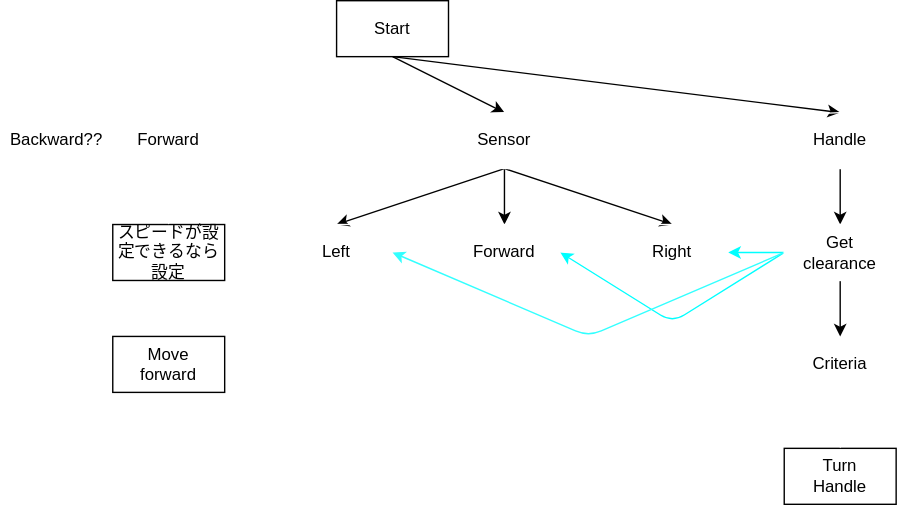
Earlier version of the draw.io export toyota.drawio.svg (jizots/AI_minicar). Source tidied: cells renumbered, new cells last; positions are measured from the earlier drawing's top-left corner, leaving out a move shared by most shapes.
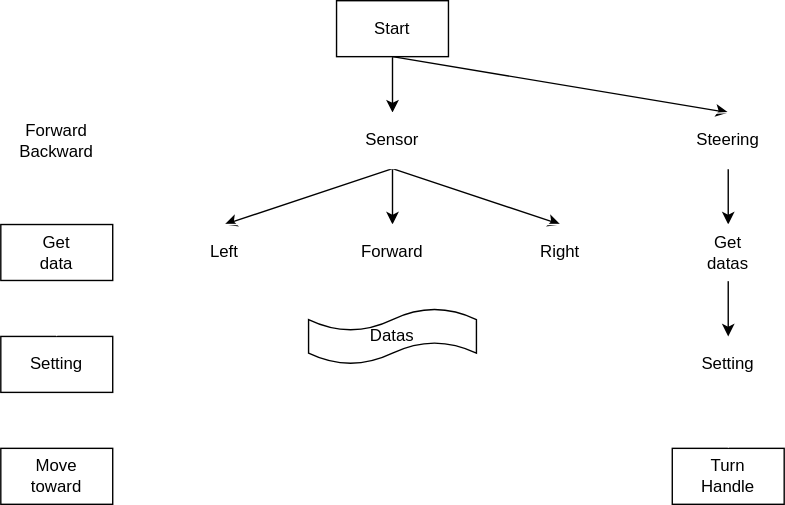
After the commit.

What changed in the source:
```diff
@@ -14,8 +14,8 @@
     <mxCell id="5" style="edgeStyle=none;html=1;exitX=0.5;exitY=1;exitDx=0;exitDy=0;entryX=0.5;entryY=0;entryDx=0;entryDy=0;strokeColor=#FFFFFF;" parent="1" edge="1" source="6" target="22">
       <mxGeometry relative="1" as="geometry" />
     </mxCell>
-    <mxCell id="6" value="スピードが設定できるなら設定" style="whiteSpace=wrap;html=1;" parent="1" vertex="1">
-      <mxGeometry x="80" y="160" width="80" height="40" as="geometry" />
+    <mxCell id="6" value="Setting" style="whiteSpace=wrap;html=1;" parent="1" vertex="1">
+      <mxGeometry x="80" y="240" width="80" height="40" as="geometry" />
     </mxCell>
     <mxCell id="7" style="edgeStyle=none;html=1;exitX=0.5;exitY=1;exitDx=0;exitDy=0;entryX=0.5;entryY=0;entryDx=0;entryDy=0;" parent="1" edge="1" source="11" target="18">
       <mxGeometry relative="1" as="geometry" />
@@ -23,14 +23,11 @@
     <mxCell id="8" style="edgeStyle=none;html=1;exitX=0.5;exitY=1;exitDx=0;exitDy=0;entryX=0.5;entryY=0;entryDx=0;entryDy=0;strokeColor=#FFFFFF;" parent="1" edge="1" source="11" target="20">
       <mxGeometry relative="1" as="geometry" />
     </mxCell>
-    <mxCell id="9" style="edgeStyle=none;html=1;entryX=0.5;entryY=0;entryDx=0;entryDy=0;strokeColor=#FFFFFF;exitX=0.5;exitY=1;exitDx=0;exitDy=0;" parent="1" edge="1" source="11" target="21">
-      <mxGeometry relative="1" as="geometry" />
-    </mxCell>
     <mxCell id="10" style="edgeStyle=none;html=1;exitX=0.5;exitY=1;exitDx=0;exitDy=0;entryX=0.5;entryY=0;entryDx=0;entryDy=0;" parent="1" edge="1" source="11" target="24">
       <mxGeometry relative="1" as="geometry" />
     </mxCell>
     <mxCell id="11" value="Start" style="whiteSpace=wrap;html=1;" parent="1" vertex="1">
-      <mxGeometry x="240" width="80" height="40" as="geometry" />
+      <mxGeometry x="320" width="80" height="40" as="geometry" />
     </mxCell>
     <mxCell id="12" value="Right" style="whiteSpace=wrap;html=1;strokeColor=#FFFFFF;fillColor=none;" parent="1" vertex="1">
       <mxGeometry x="440" y="160" width="80" height="40" as="geometry" />
@@ -47,52 +44,41 @@
     <mxCell id="16" style="edgeStyle=none;html=1;exitX=0.5;exitY=1;exitDx=0;exitDy=0;entryX=0.5;entryY=0;entryDx=0;entryDy=0;strokeColor=#FFFFFF;" parent="1" edge="1" source="17" target="15">
       <mxGeometry relative="1" as="geometry" />
     </mxCell>
-    <mxCell id="17" value="Criteria" style="whiteSpace=wrap;html=1;strokeColor=#FFFFFF;fillColor=none;" parent="1" vertex="1">
+    <mxCell id="17" value="Setting" style="whiteSpace=wrap;html=1;strokeColor=#FFFFFF;fillColor=none;" parent="1" vertex="1">
       <mxGeometry x="560" y="240" width="80" height="40" as="geometry" />
     </mxCell>
     <mxCell id="18" value="Sensor" style="ellipse;whiteSpace=wrap;html=1;strokeColor=#FFFFFF;fillColor=none;" parent="1" vertex="1">
       <mxGeometry x="320" y="80" width="80" height="40" as="geometry" />
     </mxCell>
-    <mxCell id="19" style="edgeStyle=none;html=1;exitX=0.5;exitY=1;exitDx=0;exitDy=0;entryX=0.5;entryY=0;entryDx=0;entryDy=0;strokeColor=#FFFFFF;" parent="1" edge="1" source="20" target="6">
+    <mxCell id="19" style="edgeStyle=none;html=1;exitX=0.5;exitY=1;exitDx=0;exitDy=0;entryX=0.5;entryY=0;entryDx=0;entryDy=0;strokeColor=#FFFFFF;" parent="1" edge="1" source="20" target="31">
       <mxGeometry relative="1" as="geometry" />
     </mxCell>
-    <mxCell id="20" value="Forward" style="ellipse;whiteSpace=wrap;html=1;strokeColor=#FFFFFF;fillColor=none;" parent="1" vertex="1">
+    <mxCell id="20" value="Forward&lt;br&gt;Backward" style="ellipse;whiteSpace=wrap;html=1;strokeColor=#FFFFFF;fillColor=none;" parent="1" vertex="1">
       <mxGeometry x="80" y="80" width="80" height="40" as="geometry" />
     </mxCell>
-    <mxCell id="21" value="Backward??" style="ellipse;whiteSpace=wrap;html=1;strokeColor=#FFFFFF;fillColor=none;" parent="1" vertex="1">
-      <mxGeometry y="80" width="80" height="40" as="geometry" />
-    </mxCell>
-    <mxCell id="22" value="Move&lt;br&gt;forward" style="whiteSpace=wrap;html=1;" parent="1" vertex="1">
-      <mxGeometry x="80" y="240" width="80" height="40" as="geometry" />
+    <mxCell id="22" value="Move&lt;br&gt;toward" style="whiteSpace=wrap;html=1;" parent="1" vertex="1">
+      <mxGeometry x="80" y="320" width="80" height="40" as="geometry" />
     </mxCell>
     <mxCell id="23" style="edgeStyle=none;html=1;exitX=0.5;exitY=1;exitDx=0;exitDy=0;entryX=0.5;entryY=0;entryDx=0;entryDy=0;" parent="1" edge="1" source="24" target="29">
       <mxGeometry relative="1" as="geometry" />
     </mxCell>
-    <mxCell id="24" value="Handle" style="ellipse;whiteSpace=wrap;html=1;strokeColor=#FFFFFF;fillColor=none;" parent="1" vertex="1">
+    <mxCell id="24" value="Steering" style="ellipse;whiteSpace=wrap;html=1;strokeColor=#FFFFFF;fillColor=none;" parent="1" vertex="1">
       <mxGeometry x="560" y="80" width="80" height="40" as="geometry" />
     </mxCell>
     <mxCell id="25" style="edgeStyle=none;html=1;exitX=0.5;exitY=1;exitDx=0;exitDy=0;entryX=0.5;entryY=0;entryDx=0;entryDy=0;" parent="1" edge="1" source="29" target="17">
       <mxGeometry relative="1" as="geometry" />
     </mxCell>
-    <mxCell id="26" style="edgeStyle=none;html=1;exitX=0;exitY=0.5;exitDx=0;exitDy=0;entryX=1;entryY=0.5;entryDx=0;entryDy=0;strokeColor=#00FFFF;" parent="1" edge="1" source="29" target="12">
-      <mxGeometry relative="1" as="geometry" />
-    </mxCell>
-    <mxCell id="27" style="edgeStyle=none;html=1;exitX=0;exitY=0.5;exitDx=0;exitDy=0;entryX=1;entryY=0.5;entryDx=0;entryDy=0;strokeColor=#00FFFF;" parent="1" edge="1" source="29" target="13">
-      <mxGeometry relative="1" as="geometry">
-        <Array as="points">
-          <mxPoint x="480" y="230" />
-        </Array>
-      </mxGeometry>
-    </mxCell>
-    <mxCell id="28" style="edgeStyle=none;html=1;exitX=0;exitY=0.5;exitDx=0;exitDy=0;entryX=1;entryY=0.5;entryDx=0;entryDy=0;strokeColor=#33FFFF;" parent="1" edge="1" source="29" target="14">
-      <mxGeometry relative="1" as="geometry">
-        <Array as="points">
-          <mxPoint x="420" y="240" />
-        </Array>
-      </mxGeometry>
-    </mxCell>
-    <mxCell id="29" value="Get&lt;br&gt;clearance" style="whiteSpace=wrap;html=1;strokeColor=#FFFFFF;fillColor=none;" parent="1" vertex="1">
+    <mxCell id="29" value="Get&lt;br&gt;datas" style="whiteSpace=wrap;html=1;strokeColor=#FFFFFF;fillColor=none;" parent="1" vertex="1">
       <mxGeometry x="560" y="160" width="80" height="40" as="geometry" />
     </mxCell>
+    <mxCell id="30" style="edgeStyle=none;html=1;exitX=0.5;exitY=1;exitDx=0;exitDy=0;entryX=0.5;entryY=0;entryDx=0;entryDy=0;strokeColor=#FFFFFF;" parent="1" edge="1" source="31" target="6">
+      <mxGeometry relative="1" as="geometry" />
+    </mxCell>
+    <mxCell id="31" value="Get&lt;br&gt;data" style="whiteSpace=wrap;html=1;" parent="1" vertex="1">
+      <mxGeometry x="80" y="160" width="80" height="40" as="geometry" />
+    </mxCell>
+    <mxCell id="32" value="Datas" style="shape=tape;whiteSpace=wrap;html=1;" parent="1" vertex="1">
+      <mxGeometry x="300" y="220" width="120" height="40" as="geometry" />
+    </mxCell>
   </root>
 </mxGraphModel>
```
